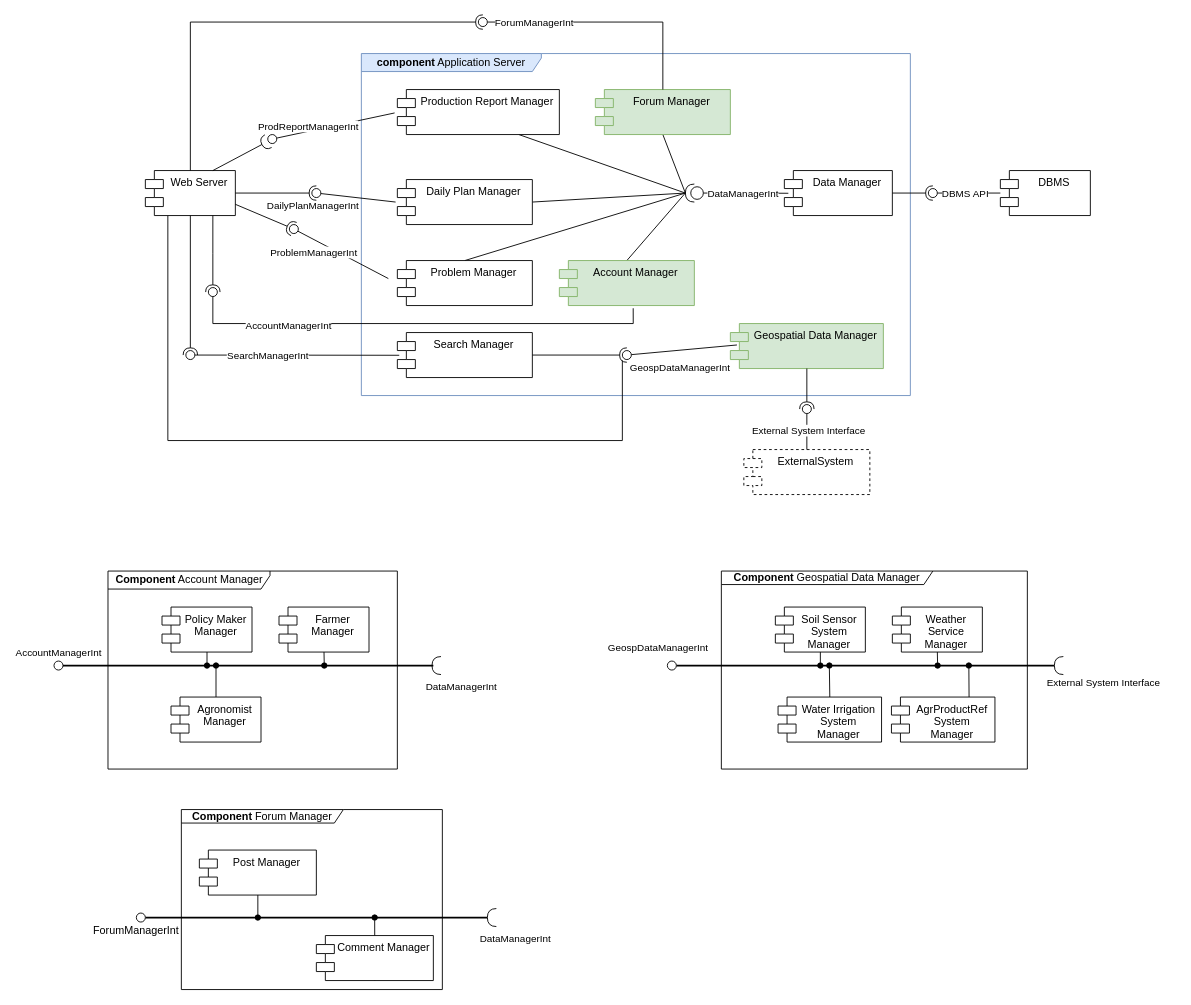
Earlier version of the draw.io diagram page "Application Server" (2 of 4) of DD/diagrams/component.drawio (ictar/DREAM-SE2-Project-2022). Source tidied: cells renumbered, new cells numbered last; positions are measured from the earlier drawing's top-left corner, leaving out a move shared by most shapes. Both pictures are drawn from the tidied source at 90%, with x=0, y=0 at pixel (32, 17).
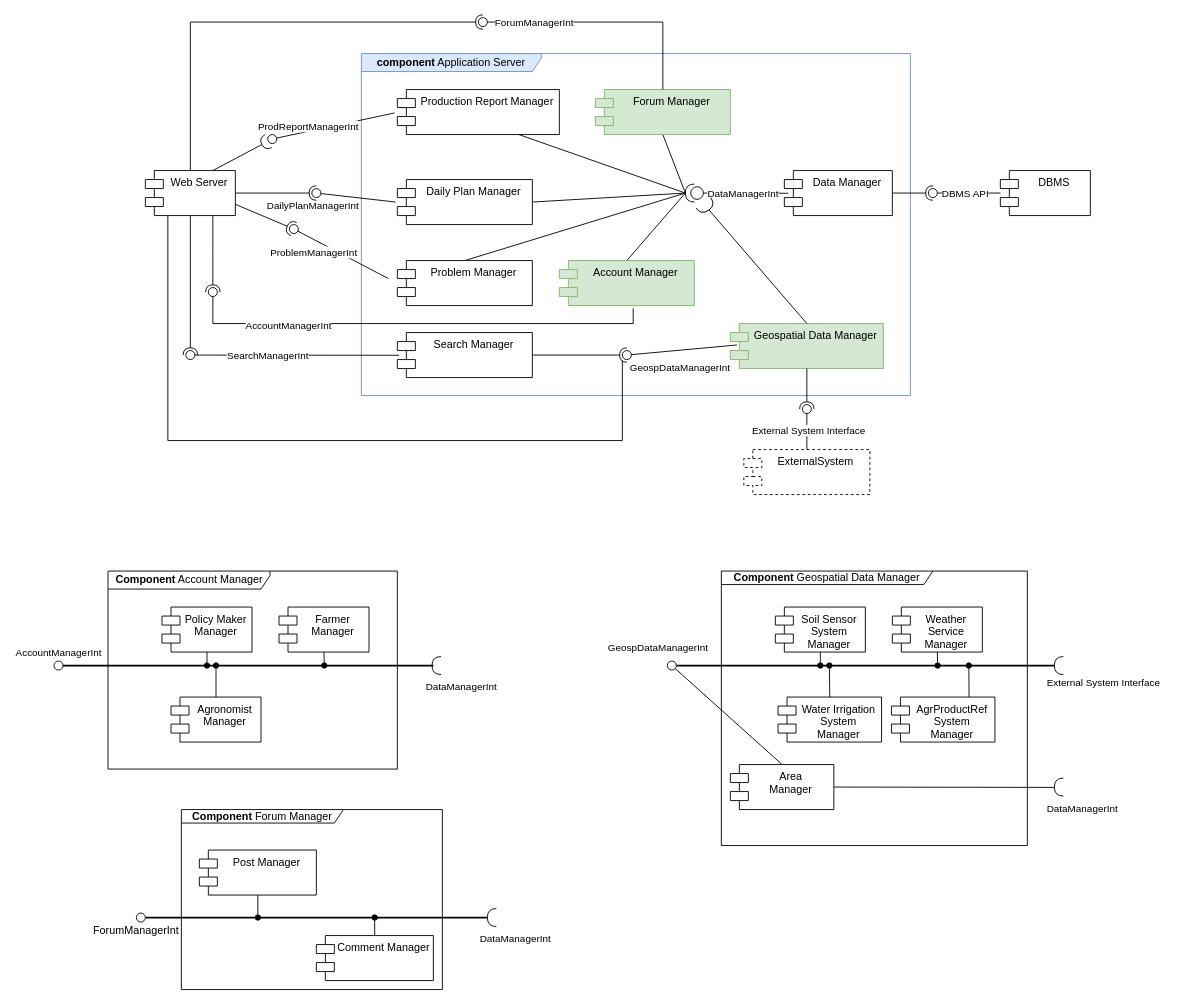
The same page after the edit.

Unchanged cells that the change refers to:
```xml
<mxCell id="17" value="Geospatial Data Manager" style="shape=module;align=left;spacingLeft=20;align=center;verticalAlign=top;strokeColor=#82b366;fillColor=#d5e8d4;" parent="1" vertex="1">
  <mxGeometry x="776" y="340" width="170" height="50" as="geometry" />
</mxCell>
<mxCell id="91" style="ellipse;whiteSpace=wrap;html=1;align=center;points=[];outlineConnect=0;sketch=0;fontColor=#000000;strokeColor=default;" parent="1" vertex="1">
  <mxGeometry x="706" y="715" width="10" height="10" as="geometry" />
</mxCell>
```

What changed in the source:
```diff
@@
     <mxCell id="81" value="&lt;b&gt;Component&lt;/b&gt;&amp;nbsp;&lt;span&gt;Geospatial Data Manager&lt;/span&gt;" style="shape=umlFrame;whiteSpace=wrap;html=1;fontColor=#000000;strokeColor=default;width=235;height=15;" parent="1" vertex="1">
-      <mxGeometry x="766" y="615" width="340" height="220" as="geometry" />
+      <mxGeometry x="766" y="615" width="340" height="305" as="geometry" />
     </mxCell>
@@
+    <mxCell id="97" style="edgeStyle=none;rounded=0;orthogonalLoop=1;jettySize=auto;html=1;exitX=0.5;exitY=0;exitDx=0;exitDy=0;endArrow=none;endFill=0;" parent="1" edge="1" source="17" target="17">
+      <mxGeometry relative="1" as="geometry" />
+    </mxCell>
+    <mxCell id="98" style="edgeStyle=none;rounded=0;jettySize=auto;html=1;entryX=0.5;entryY=0;entryDx=0;entryDy=0;endArrow=none;endFill=0;" parent="1" edge="1" source="99" target="17">
+      <mxGeometry relative="1" as="geometry" />
+    </mxCell>
+    <mxCell id="99" style="shape=requiredInterface;html=1;verticalLabelPosition=bottom;sketch=0;rotation=55;" parent="1" vertex="1">
+      <mxGeometry x="744" y="200" width="10" height="20" as="geometry" />
+    </mxCell>
+    <mxCell id="100" style="edgeStyle=none;rounded=0;jettySize=auto;html=1;exitX=0.5;exitY=0;exitDx=0;exitDy=0;endArrow=none;endFill=0;" parent="1" edge="1" source="102" target="91">
+      <mxGeometry relative="1" as="geometry" />
+    </mxCell>
+    <mxCell id="101" style="edgeStyle=none;rounded=0;jettySize=auto;html=1;exitX=1;exitY=0.5;exitDx=0;exitDy=0;endArrow=none;endFill=0;" parent="1" edge="1" source="102">
+      <mxGeometry relative="1" as="geometry">
+        <mxPoint x="1136" y="855.4" as="targetPoint" />
+      </mxGeometry>
+    </mxCell>
+    <mxCell id="102" value="Area&#10;Manager" style="shape=module;align=left;spacingLeft=20;align=center;verticalAlign=top;fontColor=#000000;strokeColor=default;" parent="1" vertex="1">
+      <mxGeometry x="776" y="830" width="115" height="50" as="geometry" />
+    </mxCell>
+    <mxCell id="103" style="shape=requiredInterface;html=1;verticalLabelPosition=bottom;sketch=0;fontColor=#000000;strokeColor=default;rotation=-180;" parent="1" vertex="1">
+      <mxGeometry x="1136" y="845" width="10" height="20" as="geometry" />
+    </mxCell>
+    <mxCell id="104" value="&lt;span style=&quot;color: rgb(0, 0, 0); font-family: helvetica; font-size: 11px; font-style: normal; font-weight: 400; letter-spacing: normal; text-align: center; text-indent: 0px; text-transform: none; word-spacing: 0px; background-color: rgb(255, 255, 255); display: inline; float: none;&quot;&gt;DataManagerInt&lt;/span&gt;" style="text;whiteSpace=wrap;html=1;fontColor=#000000;" parent="1" vertex="1">
+      <mxGeometry x="1126" y="865" width="100" height="30" as="geometry" />
+    </mxCell>
```
